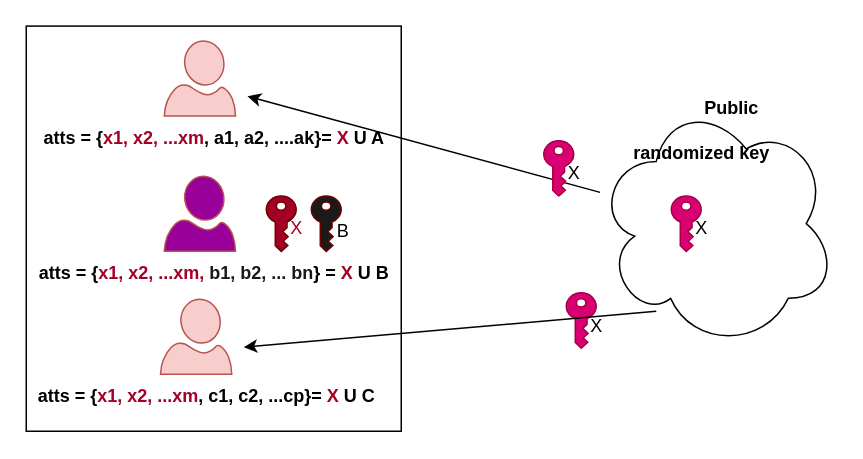
Earlier version of the draw.io diagram AKL.drawio (huyle84/diagrams). Source tidied: cells renumbered, new cells numbered last; positions are measured from the earlier drawing's top-left corner, leaving out a move shared by most shapes. Both pictures are drawn from the tidied source at 150%, with x=0, y=0 at pixel (26, 26).
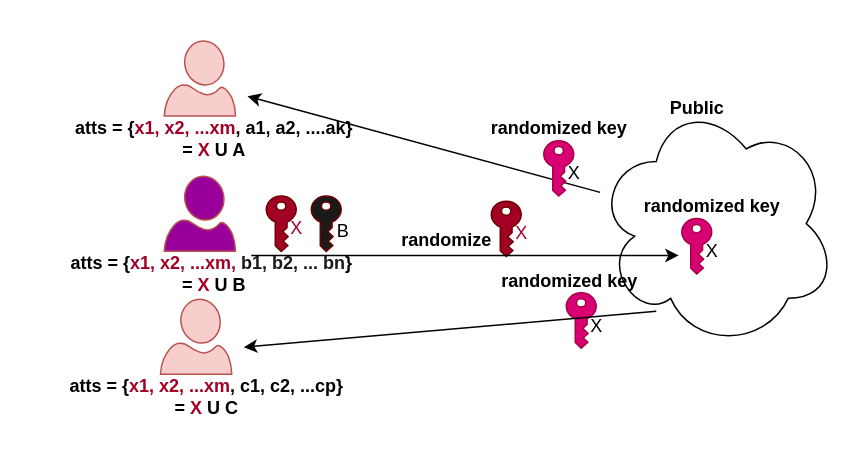
After the change.

Diff of the diagram source:
```diff
@@
-    <mxCell id="2" style="rounded=0;whiteSpace=wrap;html=1;" parent="1" vertex="1">
-      <mxGeometry y="-0.1" width="250" height="270.1" as="geometry" />
-    </mxCell>
@@
-    <mxCell id="7" value="atts = {&lt;span&gt;&lt;font color=&quot;#a20025&quot;&gt;x1, x2, ...xm, &lt;/font&gt;&lt;font color=&quot;#1a1a1a&quot;&gt;b1, b2, ... bn&lt;/font&gt;&lt;/span&gt;} = &lt;font color=&quot;#a20025&quot;&gt;X&lt;/font&gt; U B" style="text;html=1;align=center;verticalAlign=middle;strokeColor=none;fillColor=none;fontStyle=1;" parent="1" vertex="1">
-      <mxGeometry y="150" width="250" height="30" as="geometry" />
+    <mxCell id="7" value="atts = {&lt;span&gt;&lt;font color=&quot;#a20025&quot;&gt;x1, x2, ...xm, &lt;/font&gt;&lt;font color=&quot;#1a1a1a&quot;&gt;b1, b2, ... bn&lt;/font&gt;&lt;/span&gt;}&amp;nbsp;&lt;div&gt;= &lt;font color=&quot;#a20025&quot;&gt;X&lt;/font&gt; U B&lt;/div&gt;" style="text;html=1;align=center;verticalAlign=middle;strokeColor=none;fillColor=none;fontStyle=1;" parent="1" vertex="1">
+      <mxGeometry x="20" y="145" width="210" height="40" as="geometry" />
     </mxCell>
@@
-    <mxCell id="9" value="atts = {&lt;font color=&quot;#a20025&quot;&gt;&lt;span&gt;x1, x2, ...xm&lt;/span&gt;&lt;/font&gt;, c1, c2, ...cp}= &lt;font color=&quot;#a20025&quot;&gt;X&lt;/font&gt; U C" style="text;html=1;align=center;verticalAlign=middle;strokeColor=none;fillColor=none;fontStyle=1;" parent="1" vertex="1">
-      <mxGeometry y="232" width="240" height="30" as="geometry" />
+    <mxCell id="9" value="atts = {&lt;font color=&quot;#a20025&quot;&gt;&lt;span&gt;x1, x2, ...xm&lt;/span&gt;&lt;/font&gt;, c1, c2, ...cp}&lt;div&gt;= &lt;font color=&quot;#a20025&quot;&gt;X&lt;/font&gt; U C&lt;/div&gt;" style="text;html=1;align=center;verticalAlign=middle;strokeColor=none;fillColor=none;fontStyle=1;" parent="1" vertex="1">
+      <mxGeometry x="20" y="227" width="200" height="40" as="geometry" />
     </mxCell>
-    <mxCell id="10" value="atts = {&lt;font color=&quot;#a20025&quot;&gt;&lt;span&gt;x1, x2, ...xm&lt;/span&gt;&lt;/font&gt;, a1, a2, ....ak}= &lt;font color=&quot;#a20025&quot;&gt;X&lt;/font&gt; U A" style="text;html=1;align=center;verticalAlign=middle;strokeColor=none;fillColor=none;fontStyle=1;" parent="1" vertex="1">
-      <mxGeometry x="5" y="59.9" width="240" height="30" as="geometry" />
+    <mxCell id="10" value="atts = {&lt;font color=&quot;#a20025&quot;&gt;&lt;span&gt;x1, x2, ...xm&lt;/span&gt;&lt;/font&gt;, a1, a2, ....ak}&lt;div&gt;= &lt;font color=&quot;#a20025&quot;&gt;X&lt;/font&gt; U A&lt;/div&gt;" style="text;html=1;align=center;verticalAlign=middle;strokeColor=none;fillColor=none;fontStyle=1;" parent="1" vertex="1">
+      <mxGeometry x="25" y="54.9" width="200" height="40" as="geometry" />
     </mxCell>
@@
     <mxCell id="14" style="sketch=0;shadow=0;dashed=0;html=1;strokeColor=#A50040;labelPosition=center;verticalLabelPosition=bottom;verticalAlign=top;align=center;shape=mxgraph.office.security.key_permissions;fillColor=#d80073;rotation=0;fontColor=#ffffff;" parent="1" vertex="1">
-      <mxGeometry x="430" y="113.2" width="20" height="36.9" as="geometry" />
+      <mxGeometry x="437" y="128.2" width="20" height="36.9" as="geometry" />
     </mxCell>
     <mxCell id="15" value="X" style="text;html=1;align=center;verticalAlign=middle;strokeColor=none;fillColor=none;" parent="1" vertex="1">
-      <mxGeometry x="435" y="120" width="30" height="30" as="geometry" />
+      <mxGeometry x="442" y="135" width="30" height="30" as="geometry" />
     </mxCell>
     <mxCell id="16" value="Public" style="text;html=1;align=center;verticalAlign=middle;strokeColor=none;fillColor=none;fontStyle=1;" parent="1" vertex="1">
-      <mxGeometry x="440" y="40" width="60" height="30" as="geometry" />
+      <mxGeometry x="417" y="40" width="60" height="30" as="geometry" />
     </mxCell>
     <mxCell id="17" value="randomized key" style="text;html=1;align=center;verticalAlign=middle;strokeColor=none;fillColor=none;fontStyle=1;" parent="1" vertex="1">
-      <mxGeometry x="395" y="70" width="110" height="30" as="geometry" />
+      <mxGeometry x="402" y="105" width="110" height="30" as="geometry" />
     </mxCell>
@@
+    <mxCell id="24" style="sketch=0;shadow=0;dashed=0;html=1;strokeColor=#6F0000;labelPosition=center;verticalLabelPosition=bottom;verticalAlign=top;align=center;shape=mxgraph.office.security.key_permissions;fillColor=#A20025;rotation=0;fontColor=#ffffff;" parent="1" vertex="1">
+      <mxGeometry x="310" y="116.6" width="20" height="36.9" as="geometry" />
+    </mxCell>
+    <mxCell id="25" value="&lt;font color=&quot;#a20025&quot;&gt;X&lt;/font&gt;" style="text;html=1;align=center;verticalAlign=middle;strokeColor=none;fillColor=none;" parent="1" vertex="1">
+      <mxGeometry x="315" y="123.4" width="30" height="30" as="geometry" />
+    </mxCell>
+    <mxCell id="26" style="endArrow=classic;html=1;rounded=0;" parent="1" edge="1">
+      <mxGeometry relative="1" as="geometry">
+        <mxPoint x="150" y="152.8" as="sourcePoint" />
+        <mxPoint x="435" y="152.8" as="targetPoint" />
+      </mxGeometry>
+    </mxCell>
+    <mxCell id="27" value="randomized key" style="text;html=1;align=center;verticalAlign=middle;strokeColor=none;fillColor=none;fontStyle=1;" parent="1" vertex="1">
+      <mxGeometry x="307" y="154.6" width="110" height="30" as="geometry" />
+    </mxCell>
+    <mxCell id="28" value="randomized key" style="text;html=1;align=center;verticalAlign=middle;strokeColor=none;fillColor=none;fontStyle=1;" parent="1" vertex="1">
+      <mxGeometry x="300" y="53.1" width="110" height="30" as="geometry" />
+    </mxCell>
+    <mxCell id="29" value="randomize" style="text;html=1;align=center;verticalAlign=middle;strokeColor=none;fillColor=none;fontStyle=1;" parent="1" vertex="1">
+      <mxGeometry x="240" y="128.1" width="80" height="30" as="geometry" />
+    </mxCell>
```
